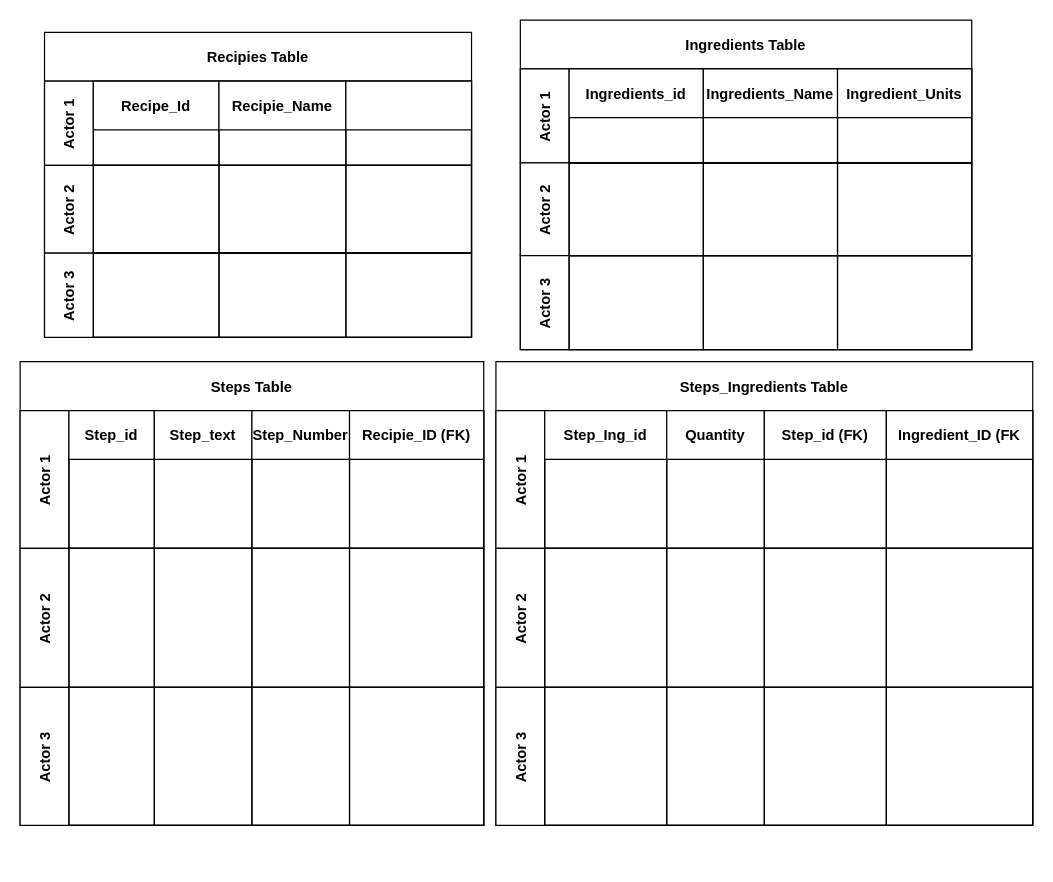
The draw.io diagram chart.drawio in bloominstituteoftechnology/node-db4-project, before the edit. Source tidied: cells renumbered, new cells numbered last; positions are measured from the earlier drawing's top-left corner, leaving out a move shared by most shapes. Both pictures are drawn from the tidied source at 122%, with x=0, y=0 at pixel (20, 20).
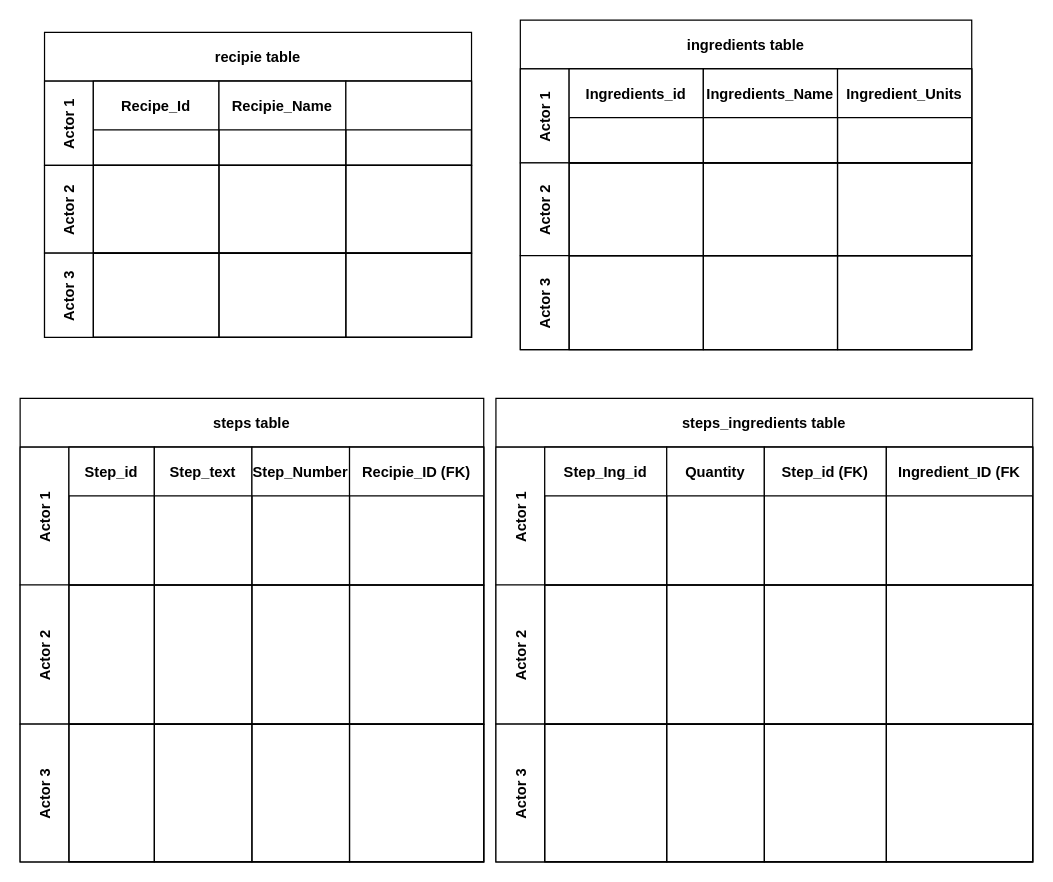
The same page after the edit.

Change to the diagram source:
```diff
@@
-    <mxCell id="2" value="Ingredients Table" style="shape=table;childLayout=tableLayout;rowLines=0;columnLines=0;startSize=40;fontStyle=1;align=center;" parent="1" vertex="1">
+    <mxCell id="2" value="ingredients table" style="shape=table;childLayout=tableLayout;rowLines=0;columnLines=0;startSize=40;fontStyle=1;align=center;" parent="1" vertex="1">
       <mxGeometry x="410" width="370" height="270" as="geometry" />
     </mxCell>
@@
-    <mxCell id="15" value="Recipies Table" style="shape=table;childLayout=tableLayout;rowLines=0;columnLines=0;startSize=40;fontStyle=1;align=center;" parent="1" vertex="1">
+    <mxCell id="15" value="recipie table" style="shape=table;childLayout=tableLayout;rowLines=0;columnLines=0;startSize=40;fontStyle=1;align=center;" parent="1" vertex="1">
       <mxGeometry x="20" y="10" width="350" height="250" as="geometry" />
     </mxCell>
@@
-    <mxCell id="28" value="Steps Table" style="shape=table;childLayout=tableLayout;rowLines=0;columnLines=0;startSize=40;fontStyle=1;align=center;" parent="1" vertex="1">
-      <mxGeometry y="280" width="380" height="380" as="geometry" />
+    <mxCell id="28" value="steps table" style="shape=table;childLayout=tableLayout;rowLines=0;columnLines=0;startSize=40;fontStyle=1;align=center;" parent="1" vertex="1">
+      <mxGeometry y="310" width="380" height="380" as="geometry" />
     </mxCell>
@@
-    <mxCell id="44" value="Steps_Ingredients Table" style="shape=table;childLayout=tableLayout;rowLines=0;columnLines=0;startSize=40;fontStyle=1;align=center;" parent="1" vertex="1">
-      <mxGeometry x="390" y="280" width="440" height="380" as="geometry" />
+    <mxCell id="44" value="steps_ingredients table" style="shape=table;childLayout=tableLayout;rowLines=0;columnLines=0;startSize=40;fontStyle=1;align=center;" parent="1" vertex="1">
+      <mxGeometry x="390" y="310" width="440" height="380" as="geometry" />
     </mxCell>
```
